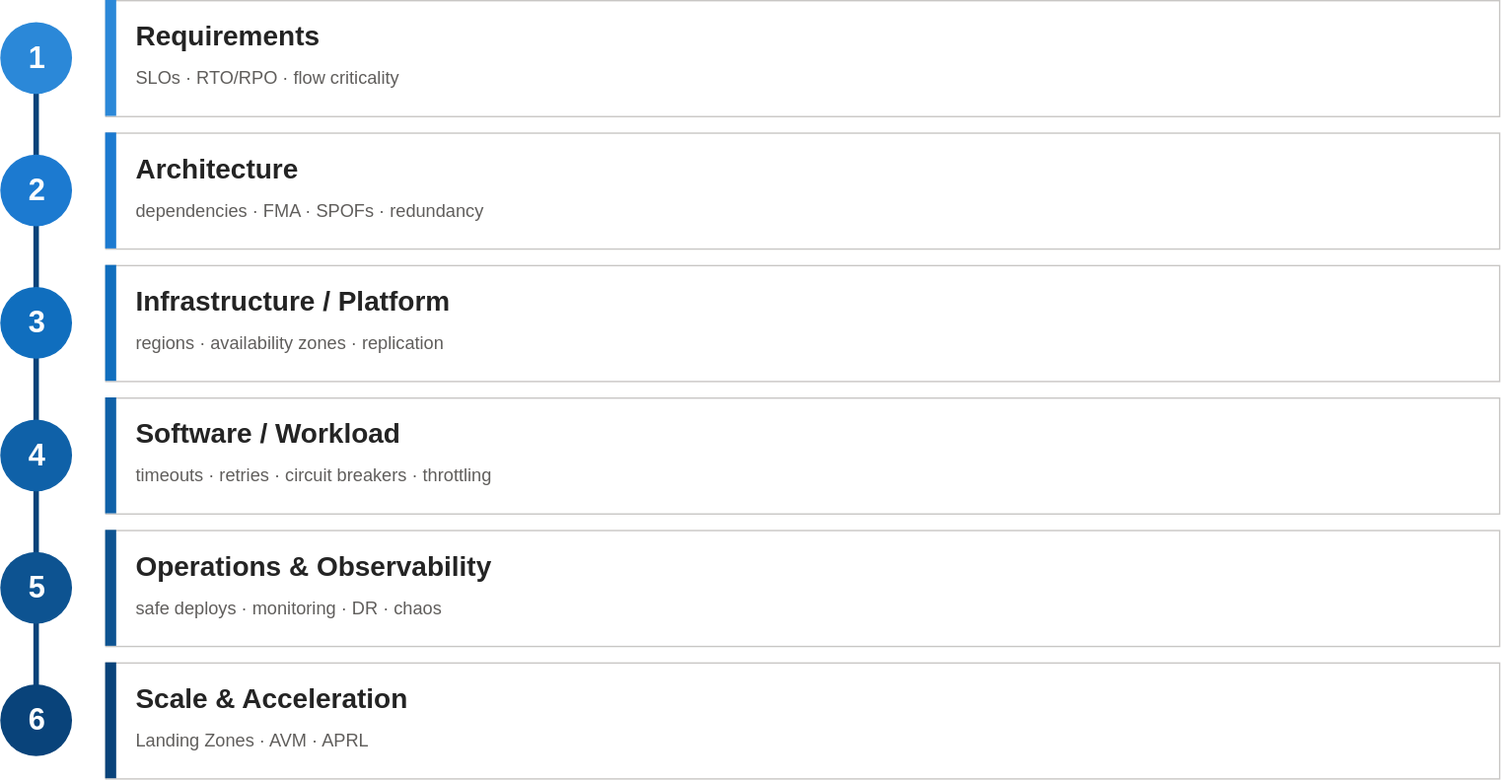
codebytes/azure-resiliency keeps this draw.io diagram as slides/img/layers-roadmap.drawio.svg. Above is the earlier version. Source tidied: cells renumbered, new cells last; positions are measured from the earlier drawing's top-left corner, leaving out a move shared by most shapes.
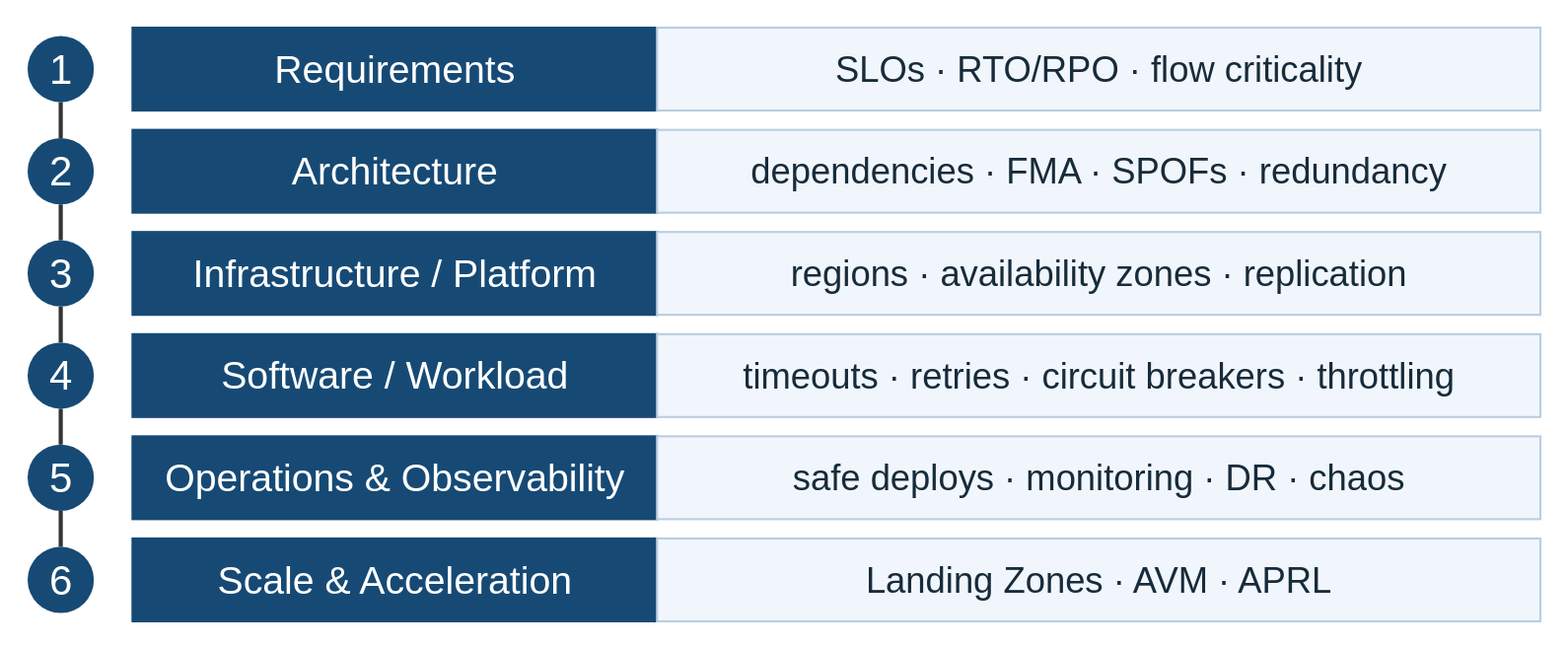
After the commit.

What changed in the source:
```diff
@@ -2,101 +2,74 @@
   <root>
     <mxCell id="0" />
     <mxCell id="1" parent="0" />
-    <mxCell id="2" style="endArrow=classic;html=1;strokeColor=#09437a;strokeWidth=4;" parent="1" edge="1">
-      <mxGeometry relative="1" as="geometry">
-        <mxPoint x="26" y="22" as="sourcePoint" />
-        <mxPoint x="26" y="536" as="targetPoint" />
-      </mxGeometry>
-    </mxCell>
-    <mxCell id="3" style="rounded=0;whiteSpace=wrap;html=1;fillColor=#ffffff;strokeColor=#c8c6c4;" parent="1" vertex="1">
-      <mxGeometry x="76" width="1010" height="84" as="geometry" />
-    </mxCell>
-    <mxCell id="4" style="rounded=0;whiteSpace=wrap;html=1;fillColor=#ffffff;strokeColor=#c8c6c4;" parent="1" vertex="1">
-      <mxGeometry x="76" y="96" width="1010" height="84" as="geometry" />
-    </mxCell>
-    <mxCell id="5" style="rounded=0;whiteSpace=wrap;html=1;fillColor=#ffffff;strokeColor=#c8c6c4;" parent="1" vertex="1">
-      <mxGeometry x="76" y="192" width="1010" height="84" as="geometry" />
-    </mxCell>
-    <mxCell id="6" style="rounded=0;whiteSpace=wrap;html=1;fillColor=#ffffff;strokeColor=#c8c6c4;" parent="1" vertex="1">
-      <mxGeometry x="76" y="288" width="1010" height="84" as="geometry" />
-    </mxCell>
-    <mxCell id="7" style="rounded=0;whiteSpace=wrap;html=1;fillColor=#ffffff;strokeColor=#c8c6c4;" parent="1" vertex="1">
-      <mxGeometry x="76" y="384" width="1010" height="84" as="geometry" />
-    </mxCell>
-    <mxCell id="8" style="rounded=0;whiteSpace=wrap;html=1;fillColor=#ffffff;strokeColor=#c8c6c4;" parent="1" vertex="1">
-      <mxGeometry x="76" y="480" width="1010" height="84" as="geometry" />
-    </mxCell>
-    <mxCell id="9" style="rounded=0;html=1;fillColor=#2b88d8;strokeColor=none;" parent="1" vertex="1">
-      <mxGeometry x="76" width="8" height="84" as="geometry" />
-    </mxCell>
-    <mxCell id="10" style="rounded=0;html=1;fillColor=#1c7ad0;strokeColor=none;" parent="1" vertex="1">
-      <mxGeometry x="76" y="96" width="8" height="84" as="geometry" />
-    </mxCell>
-    <mxCell id="11" style="rounded=0;html=1;fillColor=#106ebe;strokeColor=none;" parent="1" vertex="1">
-      <mxGeometry x="76" y="192" width="8" height="84" as="geometry" />
-    </mxCell>
-    <mxCell id="12" style="rounded=0;html=1;fillColor=#0f61a8;strokeColor=none;" parent="1" vertex="1">
-      <mxGeometry x="76" y="288" width="8" height="84" as="geometry" />
-    </mxCell>
-    <mxCell id="13" style="rounded=0;html=1;fillColor=#0d5391;strokeColor=none;" parent="1" vertex="1">
-      <mxGeometry x="76" y="384" width="8" height="84" as="geometry" />
-    </mxCell>
-    <mxCell id="14" style="rounded=0;html=1;fillColor=#09437a;strokeColor=none;" parent="1" vertex="1">
-      <mxGeometry x="76" y="480" width="8" height="84" as="geometry" />
-    </mxCell>
+    <mxCell id="27" value="1" style="ellipse;whiteSpace=wrap;html=1;fillColor=#164a75;strokeColor=none;fontColor=#ffffff;strokeWidth=1.5;fontSize=30;" parent="1" vertex="1">
+      <mxGeometry x="-14" y="-4" width="48" height="48" as="geometry" />
+    </mxCell>
-    <mxCell id="15" value="Requirements" style="text;html=1;align=left;verticalAlign=middle;fontSize=20;fontStyle=1;fontColor=#242424;" parent="1" vertex="1">
-      <mxGeometry x="96" y="8" width="850" height="34" as="geometry" />
+    <mxCell id="15" value="Requirements" style="rounded=0;whiteSpace=wrap;html=1;fillColor=#164a75;strokeColor=#164a75;fontColor=#ffffff;strokeWidth=1.5;fontSize=28;" parent="1" vertex="1">
+      <mxGeometry x="62" y="-10" width="380" height="60" as="geometry" />
     </mxCell>
-    <mxCell id="16" value="SLOs · RTO/RPO · flow criticality" style="text;html=1;align=left;verticalAlign=middle;fontSize=13;fontColor=#605e5c;" parent="1" vertex="1">
-      <mxGeometry x="96" y="44" width="850" height="24" as="geometry" />
+    <mxCell id="16" value="SLOs · RTO/RPO · flow criticality" style="rounded=0;whiteSpace=wrap;html=1;fillColor=#f1f6fc;strokeColor=#b8cee0;fontColor=#172b3a;strokeWidth=1.5;fontSize=26;" parent="1" vertex="1">
+      <mxGeometry x="442" y="-10" width="640" height="60" as="geometry" />
     </mxCell>
+    <mxCell id="28" value="2" style="ellipse;whiteSpace=wrap;html=1;fillColor=#164a75;strokeColor=none;fontColor=#ffffff;strokeWidth=1.5;fontSize=30;" parent="1" vertex="1">
+      <mxGeometry x="-14" y="70" width="48" height="48" as="geometry" />
+    </mxCell>
-    <mxCell id="17" value="Architecture" style="text;html=1;align=left;verticalAlign=middle;fontSize=20;fontStyle=1;fontColor=#242424;" parent="1" vertex="1">
-      <mxGeometry x="96" y="104" width="850" height="34" as="geometry" />
+    <mxCell id="17" value="Architecture" style="rounded=0;whiteSpace=wrap;html=1;fillColor=#164a75;strokeColor=#164a75;fontColor=#ffffff;strokeWidth=1.5;fontSize=28;" parent="1" vertex="1">
+      <mxGeometry x="62" y="64" width="380" height="60" as="geometry" />
     </mxCell>
-    <mxCell id="18" value="dependencies · FMA · SPOFs · redundancy" style="text;html=1;align=left;verticalAlign=middle;fontSize=13;fontColor=#605e5c;" parent="1" vertex="1">
-      <mxGeometry x="96" y="140" width="850" height="24" as="geometry" />
+    <mxCell id="18" value="dependencies · FMA · SPOFs · redundancy" style="rounded=0;whiteSpace=wrap;html=1;fillColor=#f1f6fc;strokeColor=#b8cee0;fontColor=#172b3a;strokeWidth=1.5;fontSize=26;" parent="1" vertex="1">
+      <mxGeometry x="442" y="64" width="640" height="60" as="geometry" />
     </mxCell>
+    <mxCell id="29" value="3" style="ellipse;whiteSpace=wrap;html=1;fillColor=#164a75;strokeColor=none;fontColor=#ffffff;strokeWidth=1.5;fontSize=30;" parent="1" vertex="1">
+      <mxGeometry x="-14" y="144" width="48" height="48" as="geometry" />
+    </mxCell>
-    <mxCell id="19" value="Infrastructure / Platform" style="text;html=1;align=left;verticalAlign=middle;fontSize=20;fontStyle=1;fontColor=#242424;" parent="1" vertex="1">
-      <mxGeometry x="96" y="200" width="850" height="34" as="geometry" />
+    <mxCell id="19" value="Infrastructure / Platform" style="rounded=0;whiteSpace=wrap;html=1;fillColor=#164a75;strokeColor=#164a75;fontColor=#ffffff;strokeWidth=1.5;fontSize=28;" parent="1" vertex="1">
+      <mxGeometry x="62" y="138" width="380" height="60" as="geometry" />
     </mxCell>
-    <mxCell id="20" value="regions · availability zones · replication" style="text;html=1;align=left;verticalAlign=middle;fontSize=13;fontColor=#605e5c;" parent="1" vertex="1">
-      <mxGeometry x="96" y="236" width="850" height="24" as="geometry" />
+    <mxCell id="20" value="regions · availability zones · replication" style="rounded=0;whiteSpace=wrap;html=1;fillColor=#f1f6fc;strokeColor=#b8cee0;fontColor=#172b3a;strokeWidth=1.5;fontSize=26;" parent="1" vertex="1">
+      <mxGeometry x="442" y="138" width="640" height="60" as="geometry" />
     </mxCell>
+    <mxCell id="30" value="4" style="ellipse;whiteSpace=wrap;html=1;fillColor=#164a75;strokeColor=none;fontColor=#ffffff;strokeWidth=1.5;fontSize=30;" parent="1" vertex="1">
+      <mxGeometry x="-14" y="218" width="48" height="48" as="geometry" />
+    </mxCell>
-    <mxCell id="21" value="Software / Workload" style="text;html=1;align=left;verticalAlign=middle;fontSize=20;fontStyle=1;fontColor=#242424;" parent="1" vertex="1">
-      <mxGeometry x="96" y="296" width="850" height="34" as="geometry" />
+    <mxCell id="21" value="Software / Workload" style="rounded=0;whiteSpace=wrap;html=1;fillColor=#164a75;strokeColor=#164a75;fontColor=#ffffff;strokeWidth=1.5;fontSize=28;" parent="1" vertex="1">
+      <mxGeometry x="62" y="212" width="380" height="60" as="geometry" />
     </mxCell>
-    <mxCell id="22" value="timeouts · retries · circuit breakers · throttling" style="text;html=1;align=left;verticalAlign=middle;fontSize=13;fontColor=#605e5c;" parent="1" vertex="1">
-      <mxGeometry x="96" y="332" width="850" height="24" as="geometry" />
+    <mxCell id="22" value="timeouts · retries · circuit breakers · throttling" style="rounded=0;whiteSpace=wrap;html=1;fillColor=#f1f6fc;strokeColor=#b8cee0;fontColor=#172b3a;strokeWidth=1.5;fontSize=26;" parent="1" vertex="1">
+      <mxGeometry x="442" y="212" width="640" height="60" as="geometry" />
     </mxCell>
+    <mxCell id="31" value="5" style="ellipse;whiteSpace=wrap;html=1;fillColor=#164a75;strokeColor=none;fontColor=#ffffff;strokeWidth=1.5;fontSize=30;" parent="1" vertex="1">
+      <mxGeometry x="-14" y="292" width="48" height="48" as="geometry" />
+    </mxCell>
-    <mxCell id="23" value="Operations &amp; Observability" style="text;html=1;align=left;verticalAlign=middle;fontSize=20;fontStyle=1;fontColor=#242424;" parent="1" vertex="1">
-      <mxGeometry x="96" y="392" width="850" height="34" as="geometry" />
+    <mxCell id="23" value="Operations &amp; Observability" style="rounded=0;whiteSpace=wrap;html=1;fillColor=#164a75;strokeColor=#164a75;fontColor=#ffffff;strokeWidth=1.5;fontSize=28;" parent="1" vertex="1">
+      <mxGeometry x="62" y="286" width="380" height="60" as="geometry" />
     </mxCell>
-    <mxCell id="24" value="safe deploys · monitoring · DR · chaos" style="text;html=1;align=left;verticalAlign=middle;fontSize=13;fontColor=#605e5c;" parent="1" vertex="1">
-      <mxGeometry x="96" y="428" width="850" height="24" as="geometry" />
+    <mxCell id="24" value="safe deploys · monitoring · DR · chaos" style="rounded=0;whiteSpace=wrap;html=1;fillColor=#f1f6fc;strokeColor=#b8cee0;fontColor=#172b3a;strokeWidth=1.5;fontSize=26;" parent="1" vertex="1">
+      <mxGeometry x="442" y="286" width="640" height="60" as="geometry" />
     </mxCell>
+    <mxCell id="32" value="6" style="ellipse;whiteSpace=wrap;html=1;fillColor=#164a75;strokeColor=none;fontColor=#ffffff;strokeWidth=1.5;fontSize=30;" parent="1" vertex="1">
+      <mxGeometry x="-14" y="366" width="48" height="48" as="geometry" />
+    </mxCell>
-    <mxCell id="25" value="Scale &amp; Acceleration" style="text;html=1;align=left;verticalAlign=middle;fontSize=20;fontStyle=1;fontColor=#242424;" parent="1" vertex="1">
-      <mxGeometry x="96" y="488" width="850" height="34" as="geometry" />
+    <mxCell id="25" value="Scale &amp; Acceleration" style="rounded=0;whiteSpace=wrap;html=1;fillColor=#164a75;strokeColor=#164a75;fontColor=#ffffff;strokeWidth=1.5;fontSize=28;" parent="1" vertex="1">
+      <mxGeometry x="62" y="360" width="380" height="60" as="geometry" />
     </mxCell>
-    <mxCell id="26" value="Landing Zones · AVM · APRL" style="text;html=1;align=left;verticalAlign=middle;fontSize=13;fontColor=#605e5c;" parent="1" vertex="1">
-      <mxGeometry x="96" y="524" width="850" height="24" as="geometry" />
+    <mxCell id="26" value="Landing Zones · AVM · APRL" style="rounded=0;whiteSpace=wrap;html=1;fillColor=#f1f6fc;strokeColor=#b8cee0;fontColor=#172b3a;strokeWidth=1.5;fontSize=26;" parent="1" vertex="1">
+      <mxGeometry x="442" y="360" width="640" height="60" as="geometry" />
     </mxCell>
-    <mxCell id="27" value="1" style="ellipse;html=1;fillColor=#2b88d8;strokeColor=none;fontColor=#ffffff;fontSize=22;fontStyle=1;" parent="1" vertex="1">
-      <mxGeometry y="16" width="52" height="52" as="geometry" />
-    </mxCell>
-    <mxCell id="28" value="2" style="ellipse;html=1;fillColor=#1c7ad0;strokeColor=none;fontColor=#ffffff;fontSize=22;fontStyle=1;" parent="1" vertex="1">
-      <mxGeometry y="112" width="52" height="52" as="geometry" />
-    </mxCell>
-    <mxCell id="29" value="3" style="ellipse;html=1;fillColor=#106ebe;strokeColor=none;fontColor=#ffffff;fontSize=22;fontStyle=1;" parent="1" vertex="1">
-      <mxGeometry y="208" width="52" height="52" as="geometry" />
-    </mxCell>
-    <mxCell id="30" value="4" style="ellipse;html=1;fillColor=#0f61a8;strokeColor=none;fontColor=#ffffff;fontSize=22;fontStyle=1;" parent="1" vertex="1">
-      <mxGeometry y="304" width="52" height="52" as="geometry" />
-    </mxCell>
-    <mxCell id="31" value="5" style="ellipse;html=1;fillColor=#0d5391;strokeColor=none;fontColor=#ffffff;fontSize=22;fontStyle=1;" parent="1" vertex="1">
-      <mxGeometry y="400" width="52" height="52" as="geometry" />
-    </mxCell>
-    <mxCell id="32" value="6" style="ellipse;html=1;fillColor=#09437a;strokeColor=none;fontColor=#ffffff;fontSize=22;fontStyle=1;" parent="1" vertex="1">
-      <mxGeometry y="496" width="52" height="52" as="geometry" />
-    </mxCell>
+    <mxCell id="33" style="edgeStyle=none;rounded=0;html=1;strokeWidth=3;endArrow=none;" parent="1" edge="1" source="27" target="28">
+      <mxGeometry relative="1" as="geometry" />
+    </mxCell>
+    <mxCell id="34" style="edgeStyle=none;rounded=0;html=1;strokeWidth=3;endArrow=none;" parent="1" edge="1" source="28" target="29">
+      <mxGeometry relative="1" as="geometry" />
+    </mxCell>
+    <mxCell id="35" style="edgeStyle=none;rounded=0;html=1;strokeWidth=3;endArrow=none;" parent="1" edge="1" source="29" target="30">
+      <mxGeometry relative="1" as="geometry" />
+    </mxCell>
+    <mxCell id="36" style="edgeStyle=none;rounded=0;html=1;strokeWidth=3;endArrow=none;" parent="1" edge="1" source="30" target="31">
+      <mxGeometry relative="1" as="geometry" />
+    </mxCell>
+    <mxCell id="37" style="edgeStyle=none;rounded=0;html=1;strokeWidth=3;endArrow=none;" parent="1" edge="1" source="31" target="32">
+      <mxGeometry relative="1" as="geometry" />
+    </mxCell>
   </root>
 </mxGraphModel>
```
